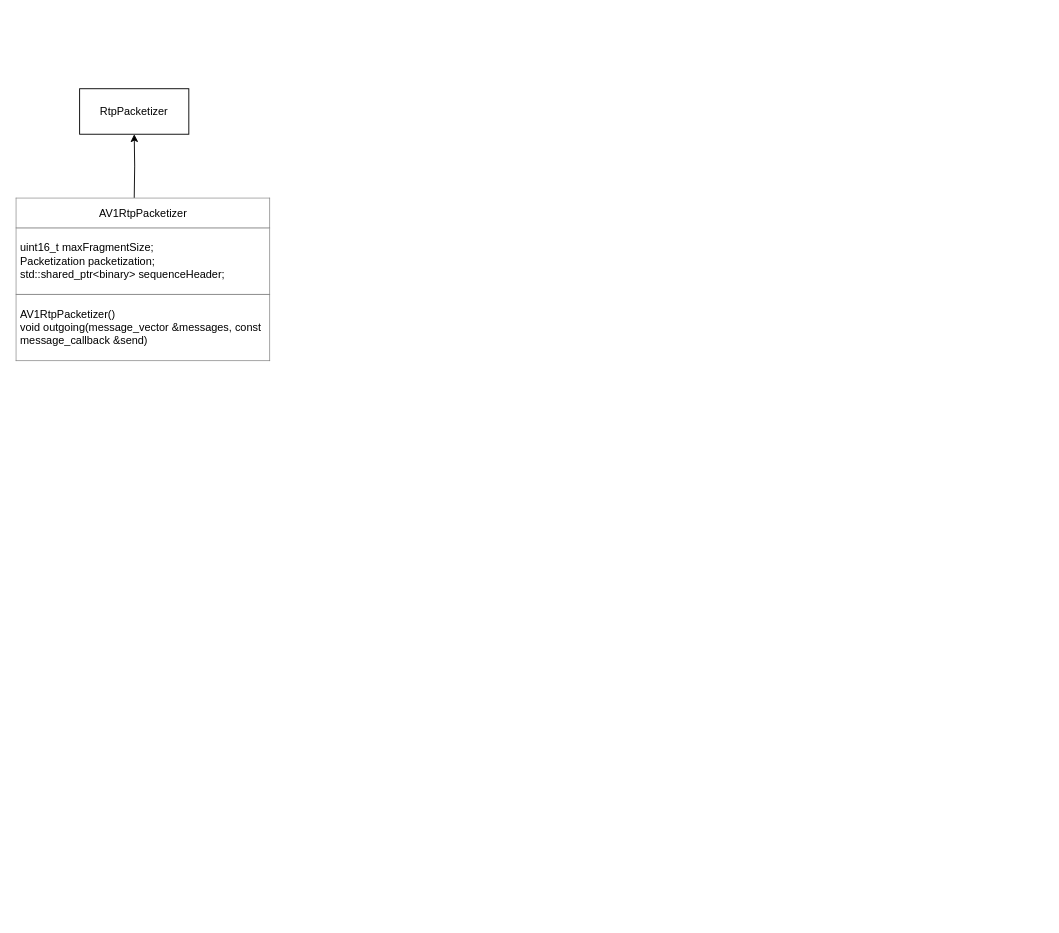
zhouizhan/webrtc keeps this draw.io diagram as webrtc_all.drawio. Above is the earlier version. Source tidied: cells renumbered, new cells numbered last; positions are measured from the earlier drawing's top-left corner, leaving out a move shared by most shapes. Both pictures are drawn from the tidied source at 91%, with x=0, y=0 at pixel (15, 88).
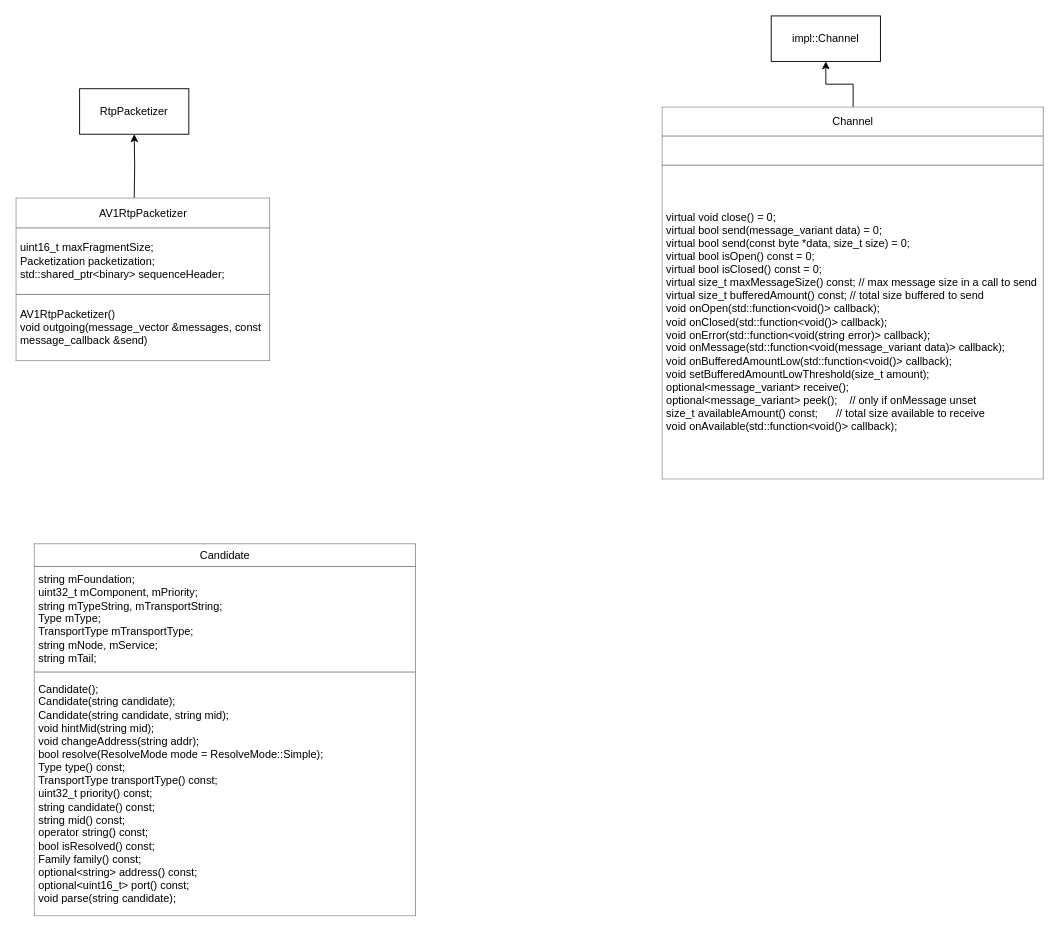
The same diagram, later.

Diff of the diagram source:
```diff
@@
 <mxGraphModel>
   <root>
     <mxCell id="0" />
     <mxCell id="1" parent="0" />
     <mxCell id="2" style="edgeStyle=orthogonalEdgeStyle;rounded=0;jettySize=auto;html=1;" parent="1" edge="1" target="3">
       <mxGeometry relative="1" as="geometry">
         <mxPoint x="130" y="120" as="sourcePoint" />
       </mxGeometry>
     </mxCell>
     <mxCell id="3" value="RtpPacketizer" style="rounded=0;whiteSpace=wrap;html=1;" parent="1" vertex="1">
       <mxGeometry x="70" width="120" height="50" as="geometry" />
     </mxCell>
     <mxCell id="4" value="&lt;table border=&quot;1&quot; width=&quot;100%&quot; height=&quot;100%&quot; cellpadding=&quot;4&quot; style=&quot;width:100%;height:100%;border-collapse:collapse;&quot;&gt;&lt;tbody&gt;&lt;tr&gt;&lt;th align=&quot;center&quot;&gt;&lt;span style=&quot;font-weight: 400;&quot;&gt;AV1RtpPacketizer&lt;/span&gt;&lt;/th&gt;&lt;/tr&gt;&lt;tr&gt;&lt;td&gt;&lt;span style=&quot;&quot;&gt;uint16_t maxFragmentSize;&lt;br&gt;&lt;/span&gt;&lt;span style=&quot;&quot;&gt;Packetization packetization;&lt;br&gt;&lt;/span&gt;&lt;span style=&quot;&quot;&gt;std::shared_ptr&amp;lt;binary&amp;gt; sequenceHeader;&lt;/span&gt;&lt;span style=&quot;&quot;&gt;&lt;/span&gt;&lt;span style=&quot;&quot;&gt;&lt;/span&gt;&lt;/td&gt;&lt;/tr&gt;&lt;tr&gt;&lt;td&gt;AV1RtpPacketizer()&lt;br&gt;void outgoing(message_vector &amp;amp;messages, const message_callback &amp;amp;send)&lt;/td&gt;&lt;/tr&gt;&lt;/tbody&gt;&lt;/table&gt;" style="text;html=1;whiteSpace=wrap;strokeColor=none;fillColor=none;overflow=fill;" parent="1" vertex="1">
       <mxGeometry y="120" width="280" height="180" as="geometry" />
     </mxCell>
+    <mxCell id="5" value="&lt;table border=&quot;1&quot; width=&quot;100%&quot; height=&quot;100%&quot; cellpadding=&quot;4&quot; style=&quot;width:100%;height:100%;border-collapse:collapse;&quot;&gt;&lt;tbody&gt;&lt;tr&gt;&lt;th align=&quot;center&quot;&gt;&lt;span style=&quot;font-weight: 400;&quot;&gt;Candidate&lt;/span&gt;&lt;/th&gt;&lt;/tr&gt;&lt;tr&gt;&lt;td&gt;string mFoundation;&lt;br&gt;uint32_t mComponent, mPriority;&lt;br&gt;string mTypeString, mTransportString;&lt;br&gt;Type mType;&lt;br&gt;TransportType mTransportType;&lt;br&gt;string mNode, mService;&lt;br&gt;string mTail;&lt;/td&gt;&lt;/tr&gt;&lt;tr&gt;&lt;td&gt;Candidate();&lt;br&gt;Candidate(string candidate);&lt;br&gt;Candidate(string candidate, string mid);&lt;br&gt;void hintMid(string mid);&lt;br&gt;void changeAddress(string addr);&lt;br&gt;bool resolve(ResolveMode mode = ResolveMode::Simple);&lt;br&gt;Type type() const;&lt;br&gt;TransportType transportType() const;&lt;br&gt;uint32_t priority() const;&lt;br&gt;string candidate() const;&lt;br&gt;string mid() const;&lt;br&gt;operator string() const;&lt;br&gt;bool isResolved() const;&lt;br&gt;Family family() const;&lt;br&gt;optional&amp;lt;string&amp;gt; address() const;&lt;br&gt;optional&amp;lt;uint16_t&amp;gt; port() const;&lt;br&gt;void parse(string candidate);&lt;/td&gt;&lt;/tr&gt;&lt;/tbody&gt;&lt;/table&gt;" style="text;html=1;whiteSpace=wrap;strokeColor=none;fillColor=none;overflow=fill;" parent="1" vertex="1">
+      <mxGeometry x="20" y="500" width="420" height="410" as="geometry" />
+    </mxCell>
+    <mxCell id="6" style="edgeStyle=orthogonalEdgeStyle;rounded=0;jettySize=auto;html=1;" parent="1" edge="1" source="7" target="8">
+      <mxGeometry relative="1" as="geometry" />
+    </mxCell>
+    <mxCell id="7" value="&lt;table border=&quot;1&quot; width=&quot;100%&quot; height=&quot;100%&quot; cellpadding=&quot;4&quot; style=&quot;width:100%;height:100%;border-collapse:collapse;&quot;&gt;&lt;tbody&gt;&lt;tr&gt;&lt;th align=&quot;center&quot;&gt;&lt;span style=&quot;font-weight: 400;&quot;&gt;Channel&lt;/span&gt;&lt;/th&gt;&lt;/tr&gt;&lt;tr&gt;&lt;td&gt;&lt;br&gt;&lt;/td&gt;&lt;/tr&gt;&lt;tr&gt;&lt;td&gt;virtual void close() = 0;&lt;br&gt;virtual bool send(message_variant data) = 0; &lt;br&gt;virtual bool send(const byte *data, size_t size) = 0;&lt;br&gt;virtual bool isOpen() const = 0;&lt;br&gt;virtual bool isClosed() const = 0;&lt;br&gt;virtual size_t maxMessageSize() const; // max message size in a call to send&lt;br&gt;virtual size_t bufferedAmount() const; // total size buffered to send&lt;br&gt;void onOpen(std::function&amp;lt;void()&amp;gt; callback);&lt;br&gt;void onClosed(std::function&amp;lt;void()&amp;gt; callback);&lt;br&gt;void onError(std::function&amp;lt;void(string error)&amp;gt; callback);&lt;br&gt;void onMessage(std::function&amp;lt;void(message_variant data)&amp;gt; callback);&lt;br&gt;void onBufferedAmountLow(std::function&amp;lt;void()&amp;gt; callback);&lt;br&gt;void setBufferedAmountLowThreshold(size_t amount);&lt;br&gt;optional&amp;lt;message_variant&amp;gt; receive();&lt;br&gt;optional&amp;lt;message_variant&amp;gt; peek();&amp;nbsp; &amp;nbsp; // only if onMessage unset&lt;br&gt;size_t availableAmount() const;&amp;nbsp; &amp;nbsp; &amp;nbsp; // total size available to receive&lt;br&gt;void onAvailable(std::function&amp;lt;void()&amp;gt; callback);&lt;/td&gt;&lt;/tr&gt;&lt;/tbody&gt;&lt;/table&gt;" style="text;html=1;whiteSpace=wrap;strokeColor=none;fillColor=none;overflow=fill;" parent="1" vertex="1">
+      <mxGeometry x="710" y="20" width="420" height="410" as="geometry" />
+    </mxCell>
+    <mxCell id="8" value="impl::Channel" style="rounded=0;whiteSpace=wrap;html=1;" parent="1" vertex="1">
+      <mxGeometry x="830" y="-80" width="120" height="50" as="geometry" />
+    </mxCell>
   </root>
 </mxGraphModel>
```
